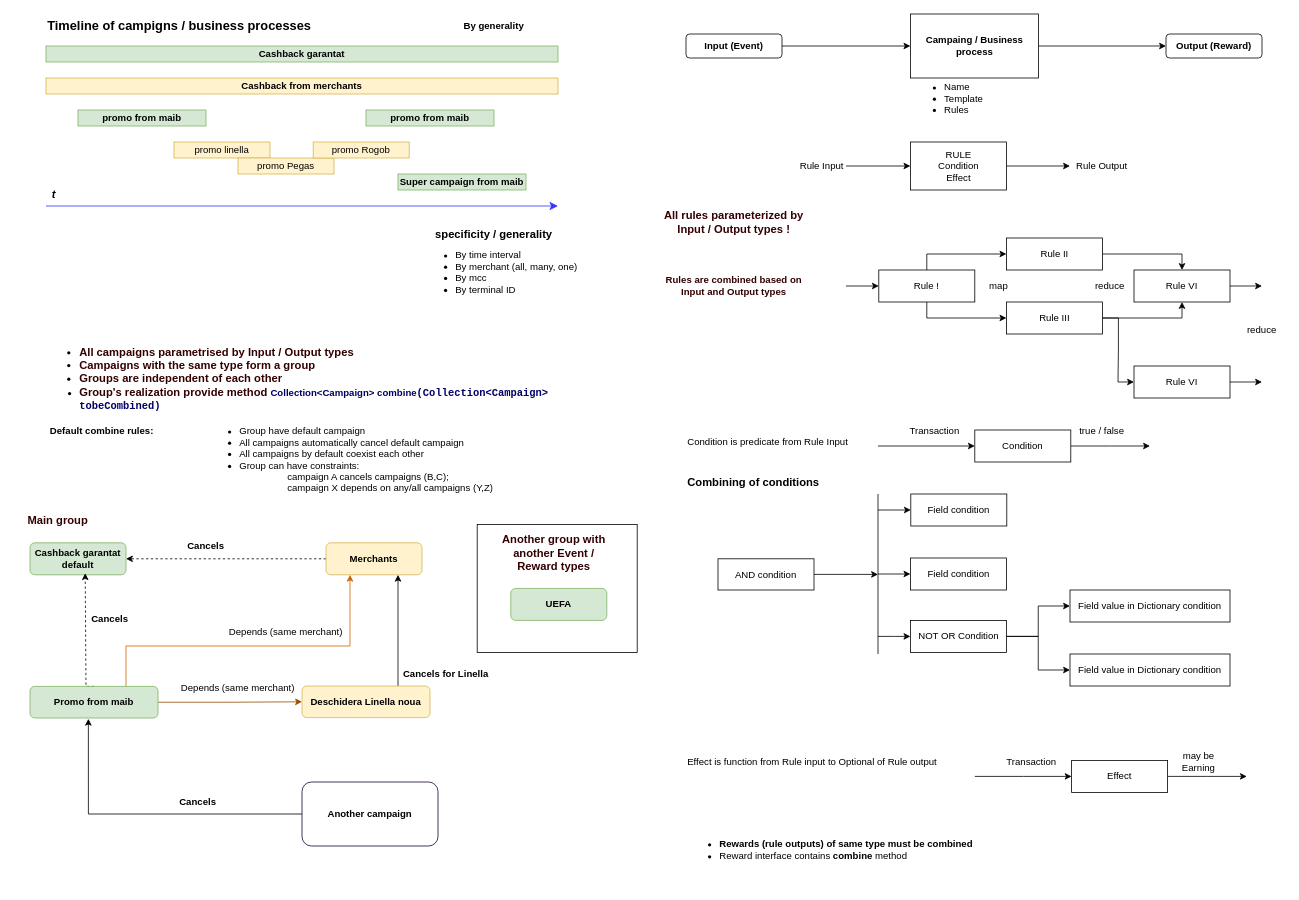
DemiusAcademius/diagrams keeps this draw.io diagram as Диаграмма без названия.drawio. Above is the earlier version. Source tidied: cells renumbered, new cells numbered last; positions are measured from the earlier drawing's top-left corner, leaving out a move shared by most shapes. Both pictures are drawn from the tidied source at 80%, with x=0, y=0 at pixel (14, 14).
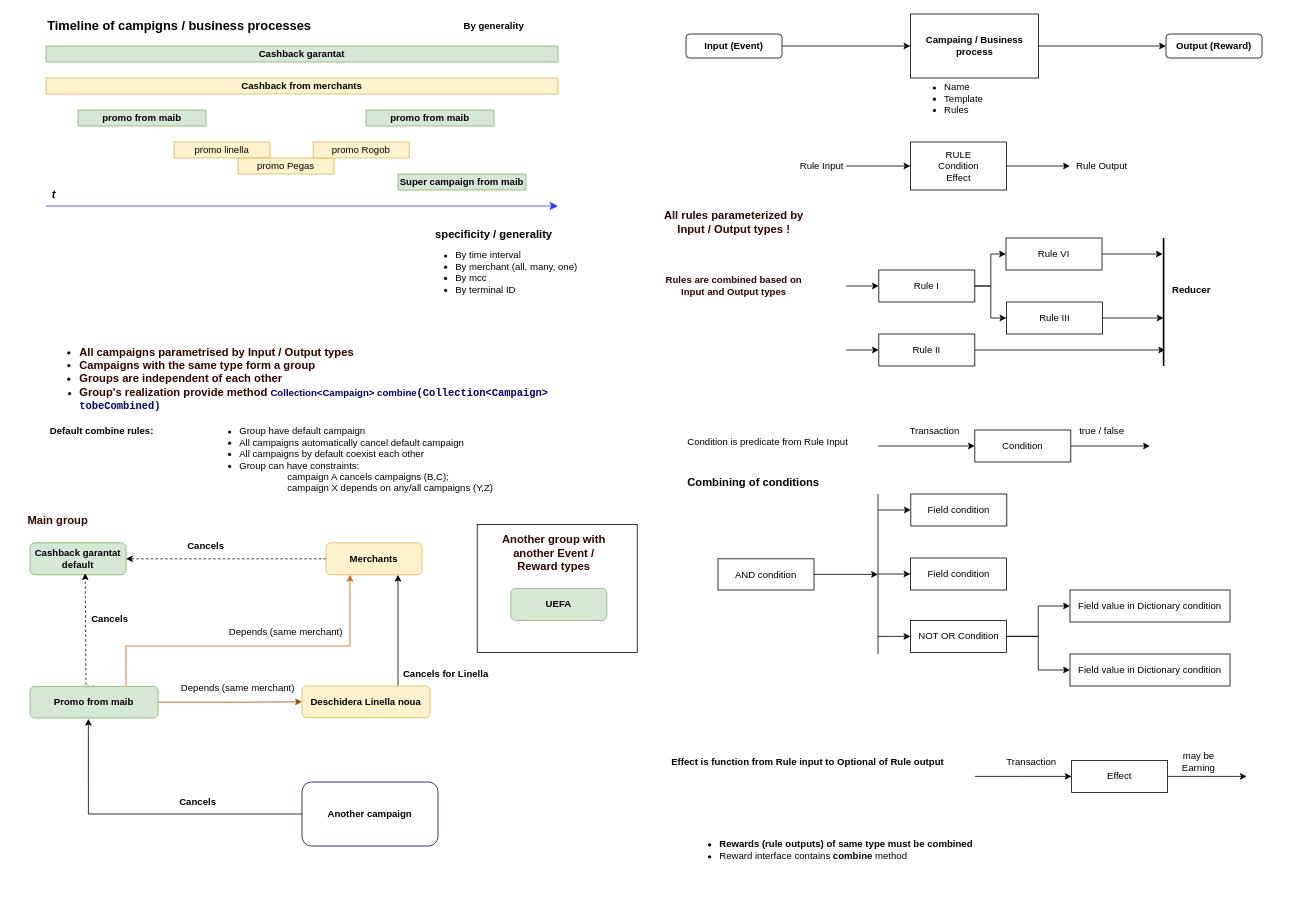
Above is the later version.

Commit message:
Simplify combining of rules.drawio

Unchanged cells that the change refers to:
```xml
<mxCell id="58" value="Rule III" style="rounded=0;whiteSpace=wrap;html=1;" parent="1" vertex="1">
  <mxGeometry x="1240.5" y="360" width="120" height="40" as="geometry" />
</mxCell>
```

Diff of the diagram source:
```diff
@@
-    <mxCell id="50" style="edgeStyle=orthogonalEdgeStyle;rounded=0;jettySize=auto;html=1;entryX=0;entryY=0.5;entryDx=0;entryDy=0;" parent="1" edge="1" source="53" target="55">
-      <mxGeometry relative="1" as="geometry">
-        <Array as="points">
-          <mxPoint x="1141" y="300" />
-        </Array>
-      </mxGeometry>
-    </mxCell>
+    <mxCell id="52" style="edgeStyle=orthogonalEdgeStyle;rounded=0;jettySize=auto;html=1;startArrow=classic;startFill=1;endArrow=none;endFill=0;" parent="1" edge="1" source="53">
+      <mxGeometry relative="1" as="geometry">
+        <mxPoint x="1040" y="340" as="targetPoint" />
+      </mxGeometry>
+    </mxCell>
+    <mxCell id="96" style="edgeStyle=orthogonalEdgeStyle;rounded=0;jettySize=auto;html=1;entryX=0;entryY=0.5;entryDx=0;entryDy=0;" parent="1" edge="1" source="53" target="60">
+      <mxGeometry relative="1" as="geometry" />
+    </mxCell>
-    <mxCell id="51" style="edgeStyle=orthogonalEdgeStyle;rounded=0;jettySize=auto;html=1;entryX=0;entryY=0.5;entryDx=0;entryDy=0;" parent="1" edge="1" source="53" target="58">
-      <mxGeometry relative="1" as="geometry">
-        <Array as="points">
-          <mxPoint x="1141" y="380" />
-        </Array>
-      </mxGeometry>
+    <mxCell id="51" style="edgeStyle=orthogonalEdgeStyle;rounded=0;jettySize=auto;html=1;" parent="1" edge="1" source="53" target="58">
+      <mxGeometry relative="1" as="geometry" />
     </mxCell>
-    <mxCell id="52" style="edgeStyle=orthogonalEdgeStyle;rounded=0;jettySize=auto;html=1;startArrow=classic;startFill=1;endArrow=none;endFill=0;" parent="1" edge="1" source="53">
-      <mxGeometry relative="1" as="geometry">
-        <mxPoint x="1040" y="340" as="targetPoint" />
-      </mxGeometry>
-    </mxCell>
-    <mxCell id="53" value="Rule !" style="rounded=0;whiteSpace=wrap;html=1;" parent="1" vertex="1">
+    <mxCell id="53" value="Rule I" style="rounded=0;whiteSpace=wrap;html=1;" parent="1" vertex="1">
       <mxGeometry x="1081" y="320" width="120" height="40" as="geometry" />
     </mxCell>
-    <mxCell id="54" style="edgeStyle=orthogonalEdgeStyle;rounded=0;jettySize=auto;html=1;entryX=0.5;entryY=0;entryDx=0;entryDy=0;" parent="1" edge="1" source="55" target="60">
-      <mxGeometry relative="1" as="geometry" />
-    </mxCell>
+    <mxCell id="97" style="edgeStyle=orthogonalEdgeStyle;rounded=0;jettySize=auto;html=1;startArrow=classic;startFill=1;endArrow=none;endFill=0;" parent="1" edge="1" source="55">
+      <mxGeometry relative="1" as="geometry">
+        <mxPoint x="1040" y="420" as="targetPoint" />
+      </mxGeometry>
+    </mxCell>
+    <mxCell id="98" style="edgeStyle=orthogonalEdgeStyle;rounded=0;jettySize=auto;html=1;entryX=0.875;entryY=0.3;entryDx=0;entryDy=0;entryPerimeter=0;" parent="1" edge="1" source="55" target="101">
+      <mxGeometry relative="1" as="geometry" />
+    </mxCell>
     <mxCell id="55" value="Rule II" style="rounded=0;whiteSpace=wrap;html=1;" parent="1" vertex="1">
-      <mxGeometry x="1240.5" y="280" width="120" height="40" as="geometry" />
+      <mxGeometry x="1081" y="400" width="120" height="40" as="geometry" />
     </mxCell>
-    <mxCell id="56" style="edgeStyle=orthogonalEdgeStyle;rounded=0;jettySize=auto;html=1;entryX=0.5;entryY=1;entryDx=0;entryDy=0;" parent="1" edge="1" source="58" target="60">
-      <mxGeometry relative="1" as="geometry" />
-    </mxCell>
-    <mxCell id="57" style="edgeStyle=orthogonalEdgeStyle;rounded=0;jettySize=auto;html=1;entryX=0;entryY=0.5;entryDx=0;entryDy=0;" parent="1" edge="1" source="58" target="64">
-      <mxGeometry relative="1" as="geometry" />
-    </mxCell>
+    <mxCell id="99" style="edgeStyle=orthogonalEdgeStyle;rounded=0;jettySize=auto;html=1;entryX=0.625;entryY=0.5;entryDx=0;entryDy=0;entryPerimeter=0;" parent="1" edge="1" source="58" target="101">
+      <mxGeometry relative="1" as="geometry" />
+    </mxCell>
@@
-    <mxCell id="59" style="edgeStyle=orthogonalEdgeStyle;rounded=0;jettySize=auto;html=1;" parent="1" edge="1" source="60">
-      <mxGeometry relative="1" as="geometry">
-        <mxPoint x="1560" y="340" as="targetPoint" />
-      </mxGeometry>
-    </mxCell>
+    <mxCell id="100" style="edgeStyle=orthogonalEdgeStyle;rounded=0;jettySize=auto;html=1;entryX=0.125;entryY=0.6;entryDx=0;entryDy=0;entryPerimeter=0;" parent="1" edge="1" source="60" target="101">
+      <mxGeometry relative="1" as="geometry" />
+    </mxCell>
     <mxCell id="60" value="Rule VI" style="rounded=0;whiteSpace=wrap;html=1;" parent="1" vertex="1">
-      <mxGeometry x="1400" y="320" width="120" height="40" as="geometry" />
+      <mxGeometry x="1240" y="280" width="120" height="40" as="geometry" />
     </mxCell>
-    <mxCell id="61" value="map" style="text;html=1;strokeColor=none;fillColor=none;align=center;verticalAlign=middle;whiteSpace=wrap;rounded=0;" parent="1" vertex="1">
-      <mxGeometry x="1201" y="325" width="60" height="30" as="geometry" />
-    </mxCell>
-    <mxCell id="62" value="reduce" style="text;html=1;strokeColor=none;fillColor=none;align=center;verticalAlign=middle;whiteSpace=wrap;rounded=0;" parent="1" vertex="1">
-      <mxGeometry x="1340" y="325" width="60" height="30" as="geometry" />
-    </mxCell>
-    <mxCell id="63" style="edgeStyle=orthogonalEdgeStyle;rounded=0;jettySize=auto;html=1;" parent="1" edge="1" source="64">
-      <mxGeometry relative="1" as="geometry">
-        <mxPoint x="1560" y="460" as="targetPoint" />
-      </mxGeometry>
-    </mxCell>
-    <mxCell id="64" value="Rule VI" style="rounded=0;whiteSpace=wrap;html=1;" parent="1" vertex="1">
-      <mxGeometry x="1400" y="440" width="120" height="40" as="geometry" />
-    </mxCell>
-    <mxCell id="65" value="reduce" style="text;html=1;strokeColor=none;fillColor=none;align=center;verticalAlign=middle;whiteSpace=wrap;rounded=0;" parent="1" vertex="1">
-      <mxGeometry x="1530" y="380" width="60" height="30" as="geometry" />
-    </mxCell>
@@
-    <mxCell id="89" value="Effect is function from Rule input to Optional of Rule output" style="text;html=1;strokeColor=none;fillColor=none;align=left;verticalAlign=middle;whiteSpace=wrap;rounded=0;" parent="1" vertex="1">
-      <mxGeometry x="840" y="920" width="320" height="30" as="geometry" />
+    <mxCell id="89" value="&lt;b&gt;Effect is function from Rule input to Optional of Rule output&lt;/b&gt;" style="text;html=1;strokeColor=none;fillColor=none;align=left;verticalAlign=middle;whiteSpace=wrap;rounded=0;" parent="1" vertex="1">
+      <mxGeometry x="820" y="920" width="350" height="30" as="geometry" />
     </mxCell>
@@
+    <mxCell id="101" style="line;strokeWidth=2;direction=south;html=1;" parent="1" vertex="1">
+      <mxGeometry x="1432" y="280" width="10" height="160" as="geometry" />
+    </mxCell>
+    <mxCell id="102" value="&lt;b&gt;Reducer&lt;/b&gt;" style="text;html=1;strokeColor=none;fillColor=none;align=center;verticalAlign=middle;whiteSpace=wrap;rounded=0;" parent="1" vertex="1">
+      <mxGeometry x="1442" y="330" width="60" height="30" as="geometry" />
+    </mxCell>
```
